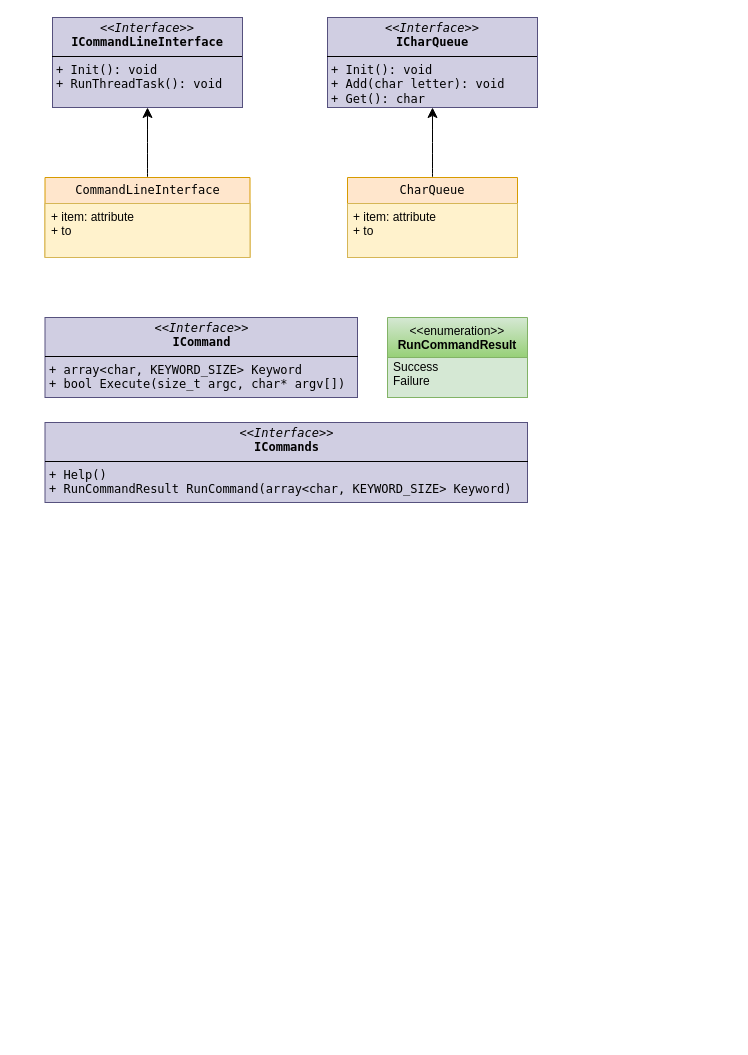
The draw.io diagram docs/Music_Player.drawio in Hitthesurf/music_player, before the edit. Source tidied: cells renumbered, new cells numbered last; positions are measured from the earlier drawing's top-left corner, leaving out a move shared by most shapes. Both pictures are drawn from the tidied source at 100%, with x=0, y=0 at pixel (45, 17).
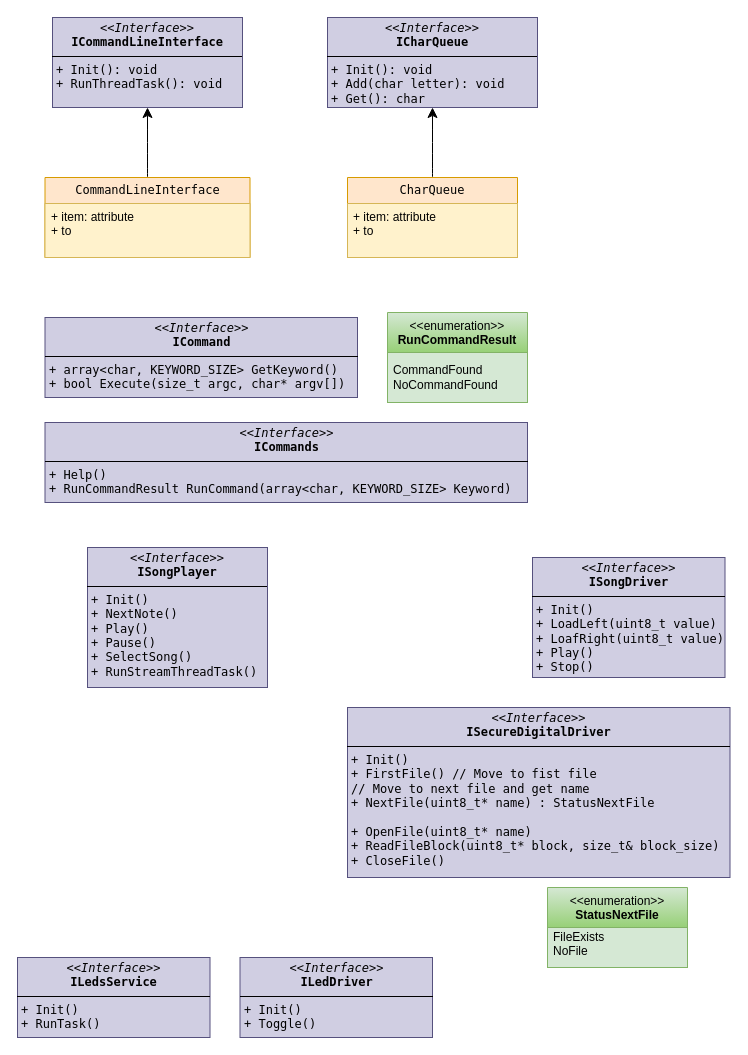
Above is the later version.

What changed in the source:
```diff
@@
-    <mxCell id="10" value="&lt;p style=&quot;margin:0px;margin-top:4px;text-align:center;&quot;&gt;&lt;i&gt;&amp;lt;&amp;lt;Interface&amp;gt;&amp;gt;&lt;/i&gt;&lt;br&gt;&lt;b style=&quot;&quot;&gt;&lt;font&gt;ICommand&lt;/font&gt;&lt;/b&gt;&lt;/p&gt;&lt;hr style=&quot;border-style:solid;&quot; size=&quot;1&quot;&gt;&lt;p style=&quot;margin:0px;margin-left:4px;&quot;&gt;&lt;font&gt;+ array&amp;lt;char, KEYWORD_SIZE&amp;gt; Keyword&lt;br&gt;+ bool Execute(size_t argc, char* argv[])&lt;/font&gt;&lt;/p&gt;" style="verticalAlign=top;align=left;overflow=fill;html=1;whiteSpace=wrap;fillColor=#d0cee2;strokeColor=#56517e;fontFamily=Lucida Console;" parent="1" vertex="1">
+    <mxCell id="10" value="&lt;p style=&quot;margin:0px;margin-top:4px;text-align:center;&quot;&gt;&lt;i&gt;&amp;lt;&amp;lt;Interface&amp;gt;&amp;gt;&lt;/i&gt;&lt;br&gt;&lt;b style=&quot;&quot;&gt;&lt;font&gt;ICommand&lt;/font&gt;&lt;/b&gt;&lt;/p&gt;&lt;hr style=&quot;border-style:solid;&quot; size=&quot;1&quot;&gt;&lt;p style=&quot;margin:0px;margin-left:4px;&quot;&gt;&lt;font&gt;+ array&amp;lt;char, KEYWORD_SIZE&amp;gt; GetKeyword()&lt;br&gt;+ bool Execute(size_t argc, char* argv[])&lt;/font&gt;&lt;/p&gt;" style="verticalAlign=top;align=left;overflow=fill;html=1;whiteSpace=wrap;fillColor=#d0cee2;strokeColor=#56517e;fontFamily=Lucida Console;" parent="1" vertex="1">
       <mxGeometry x="-0.5" y="300" width="312.5" height="80" as="geometry" />
     </mxCell>
@@
     <mxCell id="12" value="&amp;lt;&amp;lt;enumeration&amp;gt;&amp;gt;&lt;br&gt;&lt;b&gt;RunCommandResult&lt;/b&gt;" style="swimlane;fontStyle=0;align=center;verticalAlign=top;horizontal=1;startSize=40;html=1;whiteSpace=wrap;fillColor=#d5e8d4;gradientColor=#97d077;strokeColor=#82b366;" parent="1" vertex="1">
-      <mxGeometry x="342" y="300" width="140" height="80" as="geometry" />
+      <mxGeometry x="342" y="295" width="140" height="90" as="geometry" />
     </mxCell>
-    <mxCell id="13" value="Success&lt;br&gt;&lt;div&gt;Failure&lt;br&gt;&lt;div&gt;&lt;div&gt;&lt;br&gt;&lt;/div&gt;&lt;/div&gt;&lt;/div&gt;" style="text;html=1;strokeColor=#82b366;fillColor=#d5e8d4;align=left;verticalAlign=middle;spacingLeft=4;spacingRight=4;overflow=hidden;whiteSpace=wrap;" parent="12" vertex="1">
-      <mxGeometry y="40" width="140" height="40" as="geometry" />
+    <mxCell id="13" value="&lt;div&gt;CommandFound&lt;br&gt;&lt;div&gt;&lt;div&gt;NoCommandFound&lt;/div&gt;&lt;/div&gt;&lt;/div&gt;" style="text;html=1;strokeColor=#82b366;fillColor=#d5e8d4;align=left;verticalAlign=middle;spacingLeft=4;spacingRight=4;overflow=hidden;whiteSpace=wrap;" parent="12" vertex="1">
+      <mxGeometry y="40" width="140" height="50" as="geometry" />
     </mxCell>
+    <mxCell id="14" value="&lt;p style=&quot;margin:0px;margin-top:4px;text-align:center;&quot;&gt;&lt;i&gt;&amp;lt;&amp;lt;Interface&amp;gt;&amp;gt;&lt;/i&gt;&lt;br&gt;&lt;b style=&quot;&quot;&gt;&lt;font&gt;ISongPlayer&lt;/font&gt;&lt;/b&gt;&lt;/p&gt;&lt;hr style=&quot;border-style:solid;&quot; size=&quot;1&quot;&gt;&lt;p style=&quot;margin:0px;margin-left:4px;&quot;&gt;&lt;font&gt;+ Init()&lt;/font&gt;&lt;/p&gt;&lt;p style=&quot;margin:0px;margin-left:4px;&quot;&gt;&lt;font&gt;+ NextNote()&lt;/font&gt;&lt;/p&gt;&lt;p style=&quot;margin:0px;margin-left:4px;&quot;&gt;&lt;font&gt;+&amp;nbsp;&lt;/font&gt;&lt;span style=&quot;background-color: transparent; color: light-dark(rgb(0, 0, 0), rgb(255, 255, 255));&quot;&gt;Play()&lt;/span&gt;&lt;/p&gt;&lt;p style=&quot;margin:0px;margin-left:4px;&quot;&gt;&lt;font&gt;+ Pause(&lt;/font&gt;&lt;span style=&quot;background-color: transparent; color: light-dark(rgb(0, 0, 0), rgb(255, 255, 255));&quot;&gt;)&lt;/span&gt;&lt;/p&gt;&lt;p style=&quot;margin:0px;margin-left:4px;&quot;&gt;&lt;span style=&quot;background-color: transparent; color: light-dark(rgb(0, 0, 0), rgb(255, 255, 255));&quot;&gt;+ SelectSong()&lt;/span&gt;&lt;/p&gt;&lt;p style=&quot;margin:0px;margin-left:4px;&quot;&gt;&lt;span style=&quot;background-color: transparent; color: light-dark(rgb(0, 0, 0), rgb(255, 255, 255));&quot;&gt;+ RunStreamThreadTask()&lt;/span&gt;&lt;/p&gt;" style="verticalAlign=top;align=left;overflow=fill;html=1;whiteSpace=wrap;fillColor=#d0cee2;strokeColor=#56517e;fontFamily=Lucida Console;" parent="1" vertex="1">
+      <mxGeometry x="42" y="530" width="180" height="140" as="geometry" />
+    </mxCell>
+    <mxCell id="15" value="&lt;p style=&quot;margin:0px;margin-top:4px;text-align:center;&quot;&gt;&lt;i&gt;&amp;lt;&amp;lt;Interface&amp;gt;&amp;gt;&lt;/i&gt;&lt;br&gt;&lt;b style=&quot;&quot;&gt;&lt;font&gt;ISongDriver&lt;/font&gt;&lt;/b&gt;&lt;/p&gt;&lt;hr style=&quot;border-style:solid;&quot; size=&quot;1&quot;&gt;&lt;p style=&quot;margin:0px;margin-left:4px;&quot;&gt;&lt;font&gt;+ Init()&lt;/font&gt;&lt;/p&gt;&lt;p style=&quot;margin:0px;margin-left:4px;&quot;&gt;&lt;font&gt;+ LoadLeft(uint8_t value)&lt;/font&gt;&lt;/p&gt;&lt;p style=&quot;margin:0px;margin-left:4px;&quot;&gt;&lt;font&gt;+ LoafRight&lt;/font&gt;&lt;span style=&quot;background-color: transparent; color: light-dark(rgb(0, 0, 0), rgb(255, 255, 255));&quot;&gt;(uint8_t value)&lt;/span&gt;&lt;/p&gt;&lt;p style=&quot;margin:0px;margin-left:4px;&quot;&gt;&lt;font&gt;+ Play(&lt;/font&gt;&lt;span style=&quot;background-color: transparent; color: light-dark(rgb(0, 0, 0), rgb(255, 255, 255));&quot;&gt;)&lt;/span&gt;&lt;/p&gt;&lt;p style=&quot;margin:0px;margin-left:4px;&quot;&gt;&lt;span style=&quot;background-color: transparent; color: light-dark(rgb(0, 0, 0), rgb(255, 255, 255));&quot;&gt;+ Stop()&lt;/span&gt;&lt;/p&gt;" style="verticalAlign=top;align=left;overflow=fill;html=1;whiteSpace=wrap;fillColor=#d0cee2;strokeColor=#56517e;fontFamily=Lucida Console;" parent="1" vertex="1">
+      <mxGeometry x="487" y="540" width="192.5" height="120" as="geometry" />
+    </mxCell>
+    <mxCell id="16" value="&lt;p style=&quot;margin:0px;margin-top:4px;text-align:center;&quot;&gt;&lt;i&gt;&amp;lt;&amp;lt;Interface&amp;gt;&amp;gt;&lt;/i&gt;&lt;br&gt;&lt;b style=&quot;&quot;&gt;&lt;font&gt;ILedDriver&lt;/font&gt;&lt;/b&gt;&lt;/p&gt;&lt;hr style=&quot;border-style:solid;&quot; size=&quot;1&quot;&gt;&lt;p style=&quot;margin:0px;margin-left:4px;&quot;&gt;&lt;font&gt;+ Init()&lt;/font&gt;&lt;/p&gt;&lt;p style=&quot;margin:0px;margin-left:4px;&quot;&gt;&lt;font&gt;+ Toggle()&lt;/font&gt;&lt;/p&gt;" style="verticalAlign=top;align=left;overflow=fill;html=1;whiteSpace=wrap;fillColor=#d0cee2;strokeColor=#56517e;fontFamily=Lucida Console;" parent="1" vertex="1">
+      <mxGeometry x="194.5" y="940" width="192.5" height="80" as="geometry" />
+    </mxCell>
+    <mxCell id="17" value="&lt;p style=&quot;margin:0px;margin-top:4px;text-align:center;&quot;&gt;&lt;i&gt;&amp;lt;&amp;lt;Interface&amp;gt;&amp;gt;&lt;/i&gt;&lt;br&gt;&lt;b style=&quot;&quot;&gt;&lt;font&gt;ILedsService&lt;/font&gt;&lt;/b&gt;&lt;/p&gt;&lt;hr style=&quot;border-style:solid;&quot; size=&quot;1&quot;&gt;&lt;p style=&quot;margin:0px;margin-left:4px;&quot;&gt;&lt;font&gt;+ Init()&lt;/font&gt;&lt;/p&gt;&lt;p style=&quot;margin:0px;margin-left:4px;&quot;&gt;&lt;font&gt;+ RunTask()&lt;/font&gt;&lt;/p&gt;" style="verticalAlign=top;align=left;overflow=fill;html=1;whiteSpace=wrap;fillColor=#d0cee2;strokeColor=#56517e;fontFamily=Lucida Console;" parent="1" vertex="1">
+      <mxGeometry x="-28" y="940" width="192.5" height="80" as="geometry" />
+    </mxCell>
+    <mxCell id="18" value="&lt;p style=&quot;margin:0px;margin-top:4px;text-align:center;&quot;&gt;&lt;i&gt;&amp;lt;&amp;lt;Interface&amp;gt;&amp;gt;&lt;/i&gt;&lt;br&gt;&lt;b style=&quot;&quot;&gt;&lt;font&gt;ISecureDigitalDriver&lt;/font&gt;&lt;/b&gt;&lt;/p&gt;&lt;hr style=&quot;border-style:solid;&quot; size=&quot;1&quot;&gt;&lt;p style=&quot;margin:0px;margin-left:4px;&quot;&gt;&lt;font&gt;+ Init()&lt;/font&gt;&lt;/p&gt;&lt;p style=&quot;margin:0px;margin-left:4px;&quot;&gt;&lt;font&gt;+ FirstFile() // Move to fist file&lt;/font&gt;&lt;/p&gt;&lt;p style=&quot;margin:0px;margin-left:4px;&quot;&gt;&lt;font&gt;// Move to next file and get name&lt;/font&gt;&lt;/p&gt;&lt;p style=&quot;margin:0px;margin-left:4px;&quot;&gt;&lt;font&gt;+ NextFile(uint8_t* name&lt;/font&gt;&lt;span style=&quot;background-color: transparent; color: light-dark(rgb(0, 0, 0), rgb(255, 255, 255));&quot;&gt;) : StatusNextFile&lt;/span&gt;&lt;/p&gt;&lt;p style=&quot;margin:0px;margin-left:4px;&quot;&gt;&lt;span style=&quot;background-color: transparent; color: light-dark(rgb(0, 0, 0), rgb(255, 255, 255));&quot;&gt;&lt;br&gt;&lt;/span&gt;&lt;/p&gt;&lt;p style=&quot;margin:0px;margin-left:4px;&quot;&gt;&lt;font&gt;+ OpenFile&lt;/font&gt;&lt;span style=&quot;background-color: transparent; color: light-dark(rgb(0, 0, 0), rgb(255, 255, 255));&quot;&gt;(&lt;/span&gt;&lt;span style=&quot;background-color: transparent; color: light-dark(rgb(0, 0, 0), rgb(255, 255, 255));&quot;&gt;uint8_t* name&lt;/span&gt;&lt;span style=&quot;background-color: transparent; color: light-dark(rgb(0, 0, 0), rgb(255, 255, 255));&quot;&gt;)&lt;/span&gt;&lt;/p&gt;&lt;p style=&quot;margin:0px;margin-left:4px;&quot;&gt;&lt;font&gt;+ ReadFileBlock(uint8_t* block, size_t&amp;amp; block_size&lt;/font&gt;&lt;span style=&quot;background-color: transparent; color: light-dark(rgb(0, 0, 0), rgb(255, 255, 255));&quot;&gt;)&lt;/span&gt;&lt;/p&gt;&lt;p style=&quot;margin:0px;margin-left:4px;&quot;&gt;&lt;span style=&quot;background-color: transparent; color: light-dark(rgb(0, 0, 0), rgb(255, 255, 255));&quot;&gt;+ CloseFile()&lt;/span&gt;&lt;/p&gt;" style="verticalAlign=top;align=left;overflow=fill;html=1;whiteSpace=wrap;fillColor=#d0cee2;strokeColor=#56517e;fontFamily=Lucida Console;" parent="1" vertex="1">
+      <mxGeometry x="302" y="690" width="382.5" height="170" as="geometry" />
+    </mxCell>
+    <mxCell id="19" value="&amp;lt;&amp;lt;enumeration&amp;gt;&amp;gt;&lt;br&gt;&lt;b&gt;StatusNextFile&lt;/b&gt;" style="swimlane;fontStyle=0;align=center;verticalAlign=top;horizontal=1;startSize=40;html=1;whiteSpace=wrap;fillColor=#d5e8d4;gradientColor=#97d077;strokeColor=#82b366;" parent="1" vertex="1">
+      <mxGeometry x="502" y="870" width="140" height="80" as="geometry" />
+    </mxCell>
+    <mxCell id="20" value="FileExists&lt;br&gt;&lt;div&gt;NoFile&lt;br&gt;&lt;div&gt;&lt;div&gt;&lt;br&gt;&lt;/div&gt;&lt;/div&gt;&lt;/div&gt;" style="text;html=1;strokeColor=#82b366;fillColor=#d5e8d4;align=left;verticalAlign=middle;spacingLeft=4;spacingRight=4;overflow=hidden;whiteSpace=wrap;" parent="19" vertex="1">
+      <mxGeometry y="40" width="140" height="40" as="geometry" />
+    </mxCell>
```
